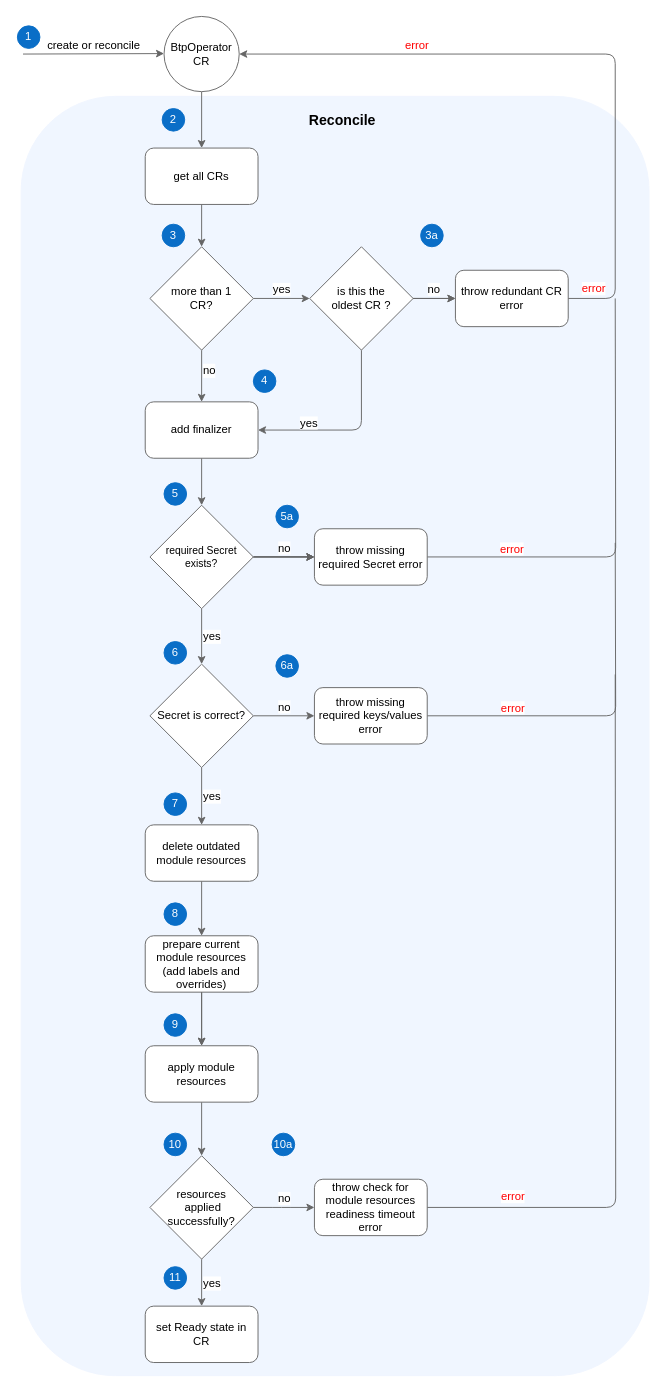
Earlier version of the draw.io diagram docs/assets/activity_provisioning.drawio (kyma-project/btp-manager). Source tidied: cells renumbered, new cells numbered last; positions are measured from the earlier drawing's top-left corner, leaving out a move shared by most shapes. Both pictures are drawn from the tidied source at 94%, with x=0, y=0 at pixel (17, 16).
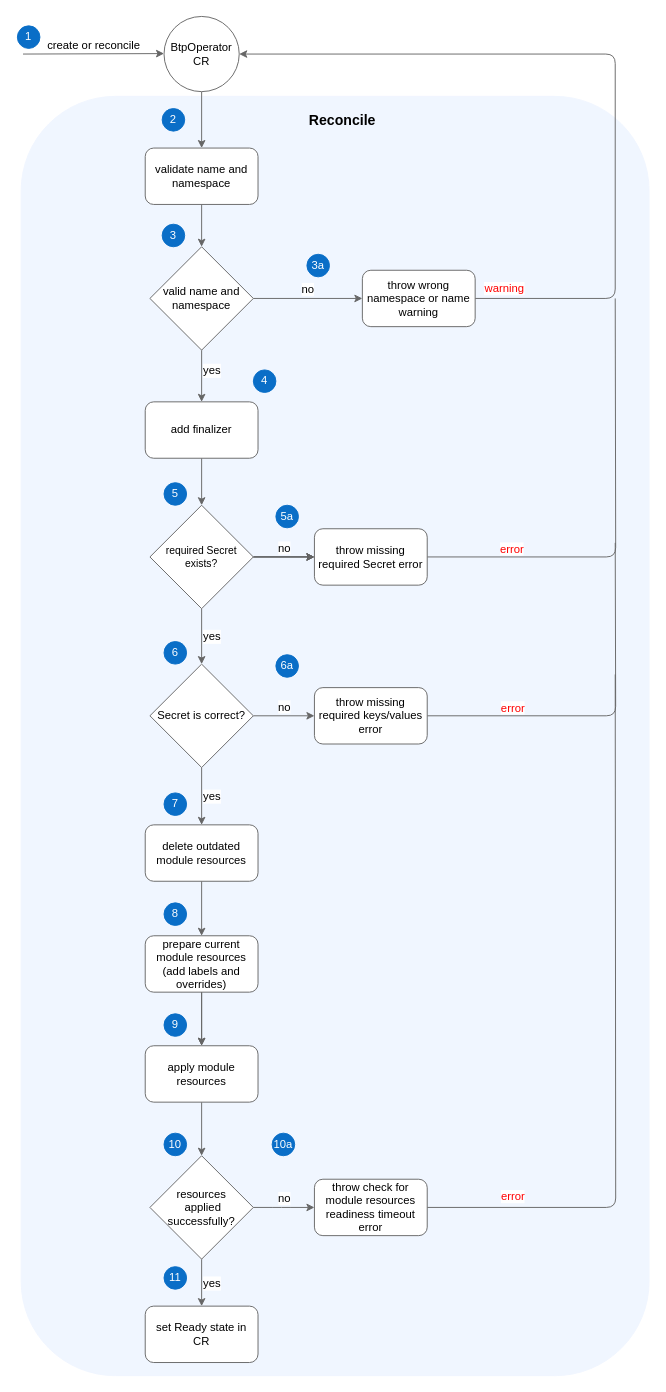
The same page after the edit.

The change refers to these unchanged cells:
```xml
<mxCell id="6" style="edgeStyle=orthogonalEdgeStyle;rounded=1;jettySize=auto;html=1;fontSize=12;strokeColor=#666666;" parent="1" edge="1" source="9" target="13">
  <mxGeometry relative="1" as="geometry" />
</mxCell>
<mxCell id="13" value="add finalizer" style="whiteSpace=wrap;html=1;rounded=1;strokeColor=#666666;" parent="1" vertex="1">
  <mxGeometry x="136" y="410" width="120" height="60" as="geometry" />
</mxCell>
<mxCell id="18" style="edgeStyle=orthogonalEdgeStyle;rounded=1;jettySize=auto;html=1;exitX=1;exitY=0.5;exitDx=0;exitDy=0;entryX=1;entryY=0.5;entryDx=0;entryDy=0;fontSize=12;strokeColor=#666666;" parent="1" edge="1" source="22" target="4">
  <mxGeometry relative="1" as="geometry">
    <Array as="points">
      <mxPoint x="636" y="300" />
      <mxPoint x="636" y="40" />
    </Array>
  </mxGeometry>
</mxCell>
```

Diff of the diagram source:
```diff
@@
-    <mxCell id="7" value="no" style="edgeLabel;html=1;align=left;verticalAlign=middle;fontSize=12;labelPosition=right;verticalLabelPosition=middle;" parent="6" vertex="1">
+    <mxCell id="7" value="yes" style="edgeLabel;html=1;align=left;verticalAlign=middle;fontSize=12;labelPosition=right;verticalLabelPosition=middle;" parent="6" vertex="1">
       <mxGeometry x="-0.25" y="1" relative="1" as="geometry">
         <mxPoint x="-1" as="offset" />
       </mxGeometry>
     </mxCell>
-    <mxCell id="8" value="yes" style="edgeStyle=orthogonalEdgeStyle;rounded=1;jettySize=auto;html=1;fontSize=12;strokeColor=#666666;verticalAlign=bottom;" parent="1" edge="1" source="9" target="17">
+    <mxCell id="8" value="no" style="edgeStyle=orthogonalEdgeStyle;rounded=1;jettySize=auto;html=1;fontSize=12;strokeColor=#666666;verticalAlign=bottom;entryX=0;entryY=0.5;entryDx=0;entryDy=0;" parent="1" edge="1" source="9" target="22">
       <mxGeometry relative="1" as="geometry" />
     </mxCell>
-    <mxCell id="9" value="&lt;font style=&quot;font-size: 12px;&quot;&gt;more than 1 &lt;br style=&quot;&quot;&gt;CR?&lt;/font&gt;" style="rhombus;whiteSpace=wrap;html=1;fontSize=11;strokeColor=#666666;" parent="1" vertex="1">
+    <mxCell id="9" value="&lt;span style=&quot;font-size: 12px;&quot;&gt;valid name and namespace&lt;/span&gt;" style="rhombus;whiteSpace=wrap;html=1;fontSize=11;strokeColor=#666666;" parent="1" vertex="1">
       <mxGeometry x="141" y="245" width="110" height="110" as="geometry" />
     </mxCell>
@@
-    <mxCell id="11" value="get all CRs" style="rounded=1;whiteSpace=wrap;html=1;fontSize=12;strokeColor=#666666;" parent="1" vertex="1">
+    <mxCell id="11" value="validate name and namespace" style="rounded=1;whiteSpace=wrap;html=1;fontSize=12;strokeColor=#666666;" parent="1" vertex="1">
       <mxGeometry x="136" y="140" width="120" height="60" as="geometry" />
     </mxCell>
@@
-    <mxCell id="14" value="yes" style="edgeStyle=orthogonalEdgeStyle;rounded=1;jettySize=auto;html=1;exitX=0.5;exitY=1;exitDx=0;exitDy=0;entryX=1;entryY=0.5;entryDx=0;entryDy=0;fontSize=12;strokeColor=#666666;verticalAlign=bottom;" parent="1" edge="1" source="17" target="13">
-      <mxGeometry x="0.45" y="2" relative="1" as="geometry" />
-    </mxCell>
-    <mxCell id="15" style="edgeStyle=orthogonalEdgeStyle;rounded=1;jettySize=auto;html=1;fontSize=12;strokeColor=#666666;" parent="1" edge="1" source="17" target="22">
-      <mxGeometry relative="1" as="geometry" />
-    </mxCell>
-    <mxCell id="16" value="no" style="edgeLabel;html=1;align=center;verticalAlign=bottom;fontSize=12;" parent="15" vertex="1">
-      <mxGeometry x="-0.07" y="1" relative="1" as="geometry" />
-    </mxCell>
-    <mxCell id="17" value="&lt;font style=&quot;font-size: 12px;&quot;&gt;is this the &lt;br style=&quot;&quot;&gt;oldest CR ?&lt;/font&gt;" style="rhombus;whiteSpace=wrap;html=1;fontSize=11;strokeColor=#666666;" parent="1" vertex="1">
-      <mxGeometry x="311" y="245" width="110" height="110" as="geometry" />
-    </mxCell>
@@
-    <mxCell id="19" value="&lt;font color=&quot;#ff0000&quot;&gt;error&lt;/font&gt;" style="edgeLabel;html=1;align=center;verticalAlign=bottom;fontSize=12;" parent="18" vertex="1">
-      <mxGeometry x="0.47" y="-1" relative="1" as="geometry" />
-    </mxCell>
-    <mxCell id="20" value="&lt;font color=&quot;#ff0000&quot;&gt;error&lt;/font&gt;" style="edgeLabel;html=1;align=center;verticalAlign=bottom;fontSize=12;fontColor=#000000;" parent="18" vertex="1">
+    <mxCell id="20" value="&lt;font color=&quot;#ff0000&quot;&gt;warning&lt;/font&gt;" style="edgeLabel;html=1;align=center;verticalAlign=bottom;fontSize=12;fontColor=#000000;" parent="18" vertex="1">
       <mxGeometry x="-0.91" y="2" relative="1" as="geometry">
         <mxPoint x="-6" as="offset" />
       </mxGeometry>
     </mxCell>
-    <mxCell id="21" style="edgeStyle=orthogonalEdgeStyle;rounded=1;jettySize=auto;html=1;strokeColor=#666666;" parent="1" edge="1" source="17" target="22">
-      <mxGeometry relative="1" as="geometry" />
-    </mxCell>
-    <mxCell id="22" value="throw redundant CR error" style="whiteSpace=wrap;html=1;rounded=1;strokeColor=#666666;" parent="1" vertex="1">
-      <mxGeometry x="466" y="270" width="120" height="60" as="geometry" />
+    <mxCell id="22" value="throw wrong namespace or name warning" style="whiteSpace=wrap;html=1;rounded=1;strokeColor=#666666;" parent="1" vertex="1">
+      <mxGeometry x="367" y="270" width="120" height="60" as="geometry" />
     </mxCell>
@@
     <mxCell id="54" value="&lt;font color=&quot;#ffffff&quot;&gt;3a&lt;/font&gt;" style="ellipse;whiteSpace=wrap;html=1;fillColor=#0a6ec7;strokeColor=#0a6ec7;" parent="1" vertex="1">
-      <mxGeometry x="429" y="221" width="24" height="24" as="geometry" />
+      <mxGeometry x="308" y="253" width="24" height="24" as="geometry" />
     </mxCell>
```
